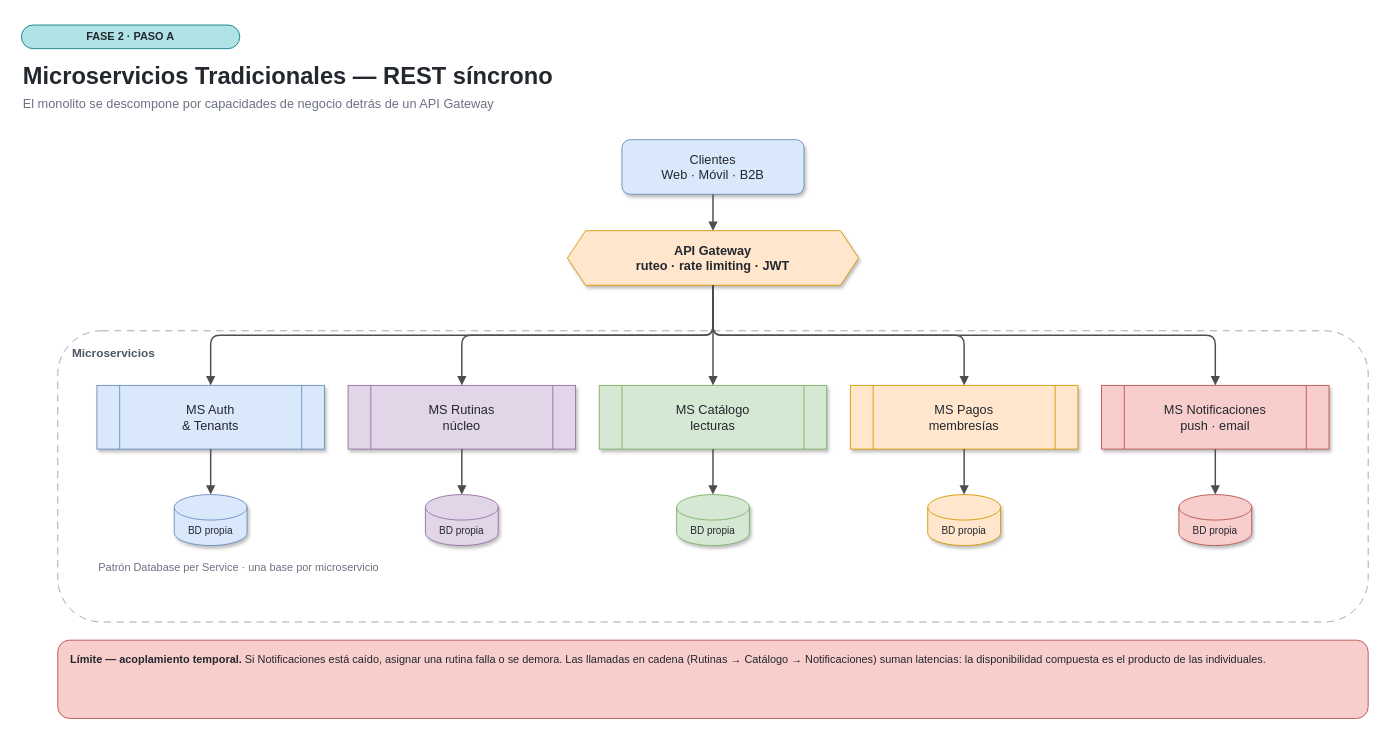
This is Presentacion/diagramas/drawio/fase2a_microservicios_tradicionales.drawio from LautaroNaglieri/traineros-api, a draw.io file, before an edit. Source tidied: cells renumbered, new cells numbered last; positions are measured from the earlier drawing's top-left corner, leaving out a move shared by most shapes. Both pictures are drawn from the tidied source at 91%, with x=0, y=0 at pixel (21, 25).
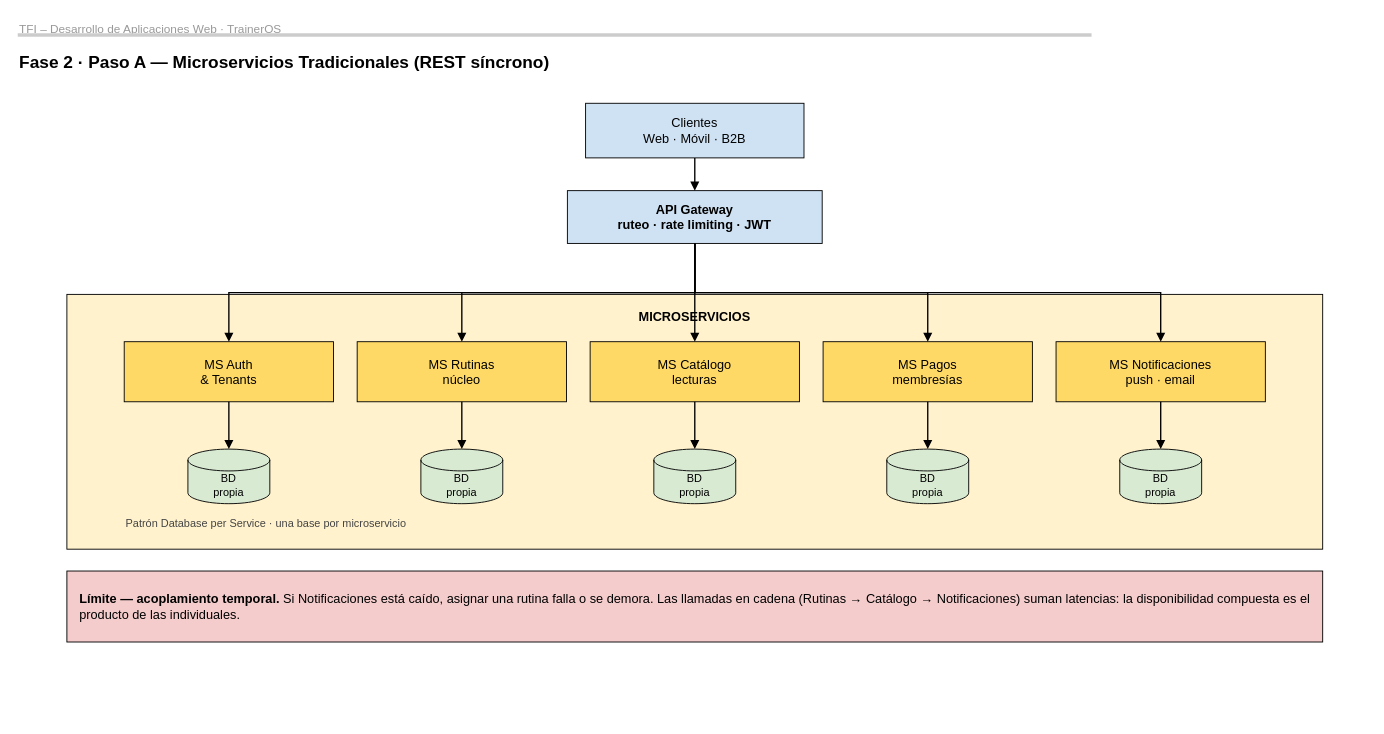
The same page after the edit.

Diff of the diagram source:
```diff
@@
-    <mxCell id="2" value="FASE 2 · PASO A" style="rounded=1;arcSize=50;whiteSpace=wrap;html=1;fillColor=#b0e3e6;strokeColor=#0e8088;fontSize=12;fontStyle=1;fontColor=#23272E;" parent="1" vertex="1">
-      <mxGeometry width="240" height="26" as="geometry" />
+    <mxCell id="2" value="TFI – Desarrollo de Aplicaciones Web · TrainerOS" style="text;html=1;align=left;fontSize=13;fontColor=#999999;" parent="1" vertex="1">
+      <mxGeometry x="-4" y="-10" width="1000" height="20" as="geometry" />
     </mxCell>
-    <mxCell id="3" value="Microservicios Tradicionales — REST síncrono" style="text;html=1;strokeColor=none;fillColor=none;align=left;verticalAlign=top;fontSize=26;fontStyle=1;fontColor=#23272E;" parent="1" vertex="1">
-      <mxGeometry y="34" width="1100" height="34" as="geometry" />
+    <mxCell id="3" style="line;strokeColor=#CCCCCC;html=1;" parent="1" vertex="1">
+      <mxGeometry x="-4" y="6" width="1180" height="10" as="geometry" />
     </mxCell>
-    <mxCell id="4" value="El monolito se descompone por capacidades de negocio detrás de un API Gateway" style="text;html=1;strokeColor=none;fillColor=none;align=left;verticalAlign=top;fontSize=14;fontColor=#6B7280;" parent="1" vertex="1">
-      <mxGeometry y="72" width="1200" height="24" as="geometry" />
+    <mxCell id="4" value="Fase 2 · Paso A — Microservicios Tradicionales (REST síncrono)" style="text;html=1;align=left;fontSize=19;fontStyle=1;fontColor=#000000;" parent="1" vertex="1">
+      <mxGeometry x="-4" y="24" width="1100" height="28" as="geometry" />
     </mxCell>
-    <mxCell id="5" value="Clientes&lt;br&gt;Web · Móvil · B2B" style="rounded=1;whiteSpace=wrap;html=1;fillColor=#dae8fc;strokeColor=#6c8ebf;fontSize=14;fontColor=#23272E;shadow=1;" parent="1" vertex="1">
-      <mxGeometry x="660" y="126" width="200" height="60" as="geometry" />
+    <mxCell id="5" value="Clientes&lt;br&gt;Web · Móvil · B2B" style="rounded=0;whiteSpace=wrap;html=1;fillColor=#CFE2F3;strokeColor=#000000;strokeWidth=1;fontSize=14;fontColor=#000000;" parent="1" vertex="1">
+      <mxGeometry x="620" y="86" width="240" height="60" as="geometry" />
     </mxCell>
-    <mxCell id="6" value="API Gateway&lt;br&gt;ruteo · rate limiting · JWT" style="shape=hexagon;perimeter=hexagonPerimeter2;whiteSpace=wrap;html=1;fixedSize=1;fillColor=#ffe6cc;strokeColor=#d79b00;fontSize=14;fontStyle=1;fontColor=#23272E;shadow=1;" parent="1" vertex="1">
-      <mxGeometry x="600" y="226" width="320" height="60" as="geometry" />
+    <mxCell id="6" value="API Gateway&lt;br&gt;ruteo · rate limiting · JWT" style="rounded=0;whiteSpace=wrap;html=1;fillColor=#CFE2F3;strokeColor=#000000;strokeWidth=1;fontSize=14;fontColor=#000000;fontStyle=1;" parent="1" vertex="1">
+      <mxGeometry x="600" y="182" width="280" height="58" as="geometry" />
     </mxCell>
-    <mxCell id="7" style="edgeStyle=orthogonalEdgeStyle;rounded=1;html=1;endArrow=block;endFill=1;strokeColor=#4D4D4D;strokeWidth=1.6;fontSize=11;fontColor=#6B7280;exitX=0.5;exitY=1;exitDx=0;exitDy=0;entryX=0.5;entryY=0;entryDx=0;entryDy=0;" parent="1" edge="1" source="5" target="6">
+    <mxCell id="7" style="edgeStyle=orthogonalEdgeStyle;rounded=0;html=1;endArrow=block;endFill=1;strokeColor=#000000;strokeWidth=1.5;fontSize=12;fontColor=#000000;labelBackgroundColor=#FFFFFF;exitX=0.5;exitY=1;exitDx=0;exitDy=0;entryX=0.5;entryY=0;entryDx=0;entryDy=0;" parent="1" edge="1" source="5" target="6">
       <mxGeometry relative="1" as="geometry" />
     </mxCell>
-    <mxCell id="8" value="Microservicios" style="rounded=1;whiteSpace=wrap;html=1;dashed=1;dashPattern=8 6;strokeColor=#9AA3AF;fillColor=none;verticalAlign=top;align=left;spacingLeft=14;spacingTop=10;fontSize=13;fontColor=#4B5563;fontStyle=1;" parent="1" vertex="1">
-      <mxGeometry x="40" y="336" width="1440" height="320" as="geometry" />
+    <mxCell id="8" value="MICROSERVICIOS" style="rounded=0;whiteSpace=wrap;html=1;fillColor=#FFF2CC;strokeColor=#000000;strokeWidth=1;verticalAlign=top;align=center;fontSize=14;fontStyle=1;fontColor=#000000;spacingTop=10;" parent="1" vertex="1">
+      <mxGeometry x="50" y="296" width="1380" height="280" as="geometry" />
     </mxCell>
-    <mxCell id="9" value="MS Auth&lt;br&gt;&amp; Tenants" style="shape=process;whiteSpace=wrap;html=1;fillColor=#dae8fc;strokeColor=#6c8ebf;fontSize=14;fontColor=#23272E;shadow=1;" parent="1" vertex="1">
-      <mxGeometry x="83" y="396" width="250" height="70" as="geometry" />
+    <mxCell id="9" value="MS Auth&lt;br&gt;&amp; Tenants" style="rounded=0;whiteSpace=wrap;html=1;fillColor=#FFD966;strokeColor=#000000;strokeWidth=1;fontSize=14;fontColor=#000000;" parent="1" vertex="1">
+      <mxGeometry x="113" y="348" width="230" height="66" as="geometry" />
     </mxCell>
-    <mxCell id="10" value="BD propia" style="shape=cylinder3;whiteSpace=wrap;html=1;boundedLbl=1;backgroundOutline=1;size=14;fillColor=#dae8fc;strokeColor=#6c8ebf;fontSize=11;fontColor=#23272E;shadow=1;" parent="1" vertex="1">
-      <mxGeometry x="168" y="516" width="80" height="56" as="geometry" />
+    <mxCell id="10" value="BD&lt;br&gt;propia" style="shape=cylinder3;whiteSpace=wrap;html=1;boundedLbl=1;backgroundOutline=1;size=12;fillColor=#D9EAD3;strokeColor=#000000;fontSize=12;fontColor=#000000;verticalAlign=middle;" parent="1" vertex="1">
+      <mxGeometry x="183" y="466" width="90" height="60" as="geometry" />
     </mxCell>
-    <mxCell id="11" style="edgeStyle=orthogonalEdgeStyle;rounded=1;html=1;endArrow=block;endFill=1;strokeColor=#4D4D4D;strokeWidth=1.6;fontSize=11;fontColor=#6B7280;exitX=0.5;exitY=1;exitDx=0;exitDy=0;entryX=0.5;entryY=0;entryDx=0;entryDy=0;" parent="1" edge="1" source="6" target="9">
+    <mxCell id="11" style="edgeStyle=orthogonalEdgeStyle;rounded=0;html=1;endArrow=block;endFill=1;strokeColor=#000000;strokeWidth=1.5;fontSize=12;fontColor=#000000;labelBackgroundColor=#FFFFFF;exitX=0.5;exitY=1;exitDx=0;exitDy=0;entryX=0.5;entryY=0;entryDx=0;entryDy=0;" parent="1" edge="1" source="6" target="9">
       <mxGeometry relative="1" as="geometry" />
     </mxCell>
-    <mxCell id="12" style="edgeStyle=orthogonalEdgeStyle;rounded=1;html=1;endArrow=block;endFill=1;strokeColor=#4D4D4D;strokeWidth=1.6;fontSize=11;fontColor=#6B7280;exitX=0.5;exitY=1;exitDx=0;exitDy=0;entryX=0.5;entryY=0;entryDx=0;entryDy=0;" parent="1" edge="1" source="9" target="10">
+    <mxCell id="12" style="edgeStyle=orthogonalEdgeStyle;rounded=0;html=1;endArrow=block;endFill=1;strokeColor=#000000;strokeWidth=1.5;fontSize=12;fontColor=#000000;labelBackgroundColor=#FFFFFF;exitX=0.5;exitY=1;exitDx=0;exitDy=0;entryX=0.5;entryY=0;entryDx=0;entryDy=0;" parent="1" edge="1" source="9" target="10">
       <mxGeometry relative="1" as="geometry" />
     </mxCell>
-    <mxCell id="13" value="MS Rutinas&lt;br&gt;núcleo" style="shape=process;whiteSpace=wrap;html=1;fillColor=#e1d5e7;strokeColor=#9673a6;fontSize=14;fontColor=#23272E;shadow=1;" parent="1" vertex="1">
-      <mxGeometry x="359" y="396" width="250" height="70" as="geometry" />
+    <mxCell id="13" value="MS Rutinas&lt;br&gt;núcleo" style="rounded=0;whiteSpace=wrap;html=1;fillColor=#FFD966;strokeColor=#000000;strokeWidth=1;fontSize=14;fontColor=#000000;" parent="1" vertex="1">
+      <mxGeometry x="369" y="348" width="230" height="66" as="geometry" />
     </mxCell>
-    <mxCell id="14" value="BD propia" style="shape=cylinder3;whiteSpace=wrap;html=1;boundedLbl=1;backgroundOutline=1;size=14;fillColor=#e1d5e7;strokeColor=#9673a6;fontSize=11;fontColor=#23272E;shadow=1;" parent="1" vertex="1">
-      <mxGeometry x="444" y="516" width="80" height="56" as="geometry" />
+    <mxCell id="14" value="BD&lt;br&gt;propia" style="shape=cylinder3;whiteSpace=wrap;html=1;boundedLbl=1;backgroundOutline=1;size=12;fillColor=#D9EAD3;strokeColor=#000000;fontSize=12;fontColor=#000000;verticalAlign=middle;" parent="1" vertex="1">
+      <mxGeometry x="439" y="466" width="90" height="60" as="geometry" />
     </mxCell>
-    <mxCell id="15" style="edgeStyle=orthogonalEdgeStyle;rounded=1;html=1;endArrow=block;endFill=1;strokeColor=#4D4D4D;strokeWidth=1.6;fontSize=11;fontColor=#6B7280;exitX=0.5;exitY=1;exitDx=0;exitDy=0;entryX=0.5;entryY=0;entryDx=0;entryDy=0;" parent="1" edge="1" source="6" target="13">
+    <mxCell id="15" style="edgeStyle=orthogonalEdgeStyle;rounded=0;html=1;endArrow=block;endFill=1;strokeColor=#000000;strokeWidth=1.5;fontSize=12;fontColor=#000000;labelBackgroundColor=#FFFFFF;exitX=0.5;exitY=1;exitDx=0;exitDy=0;entryX=0.5;entryY=0;entryDx=0;entryDy=0;" parent="1" edge="1" source="6" target="13">
       <mxGeometry relative="1" as="geometry" />
     </mxCell>
-    <mxCell id="16" style="edgeStyle=orthogonalEdgeStyle;rounded=1;html=1;endArrow=block;endFill=1;strokeColor=#4D4D4D;strokeWidth=1.6;fontSize=11;fontColor=#6B7280;exitX=0.5;exitY=1;exitDx=0;exitDy=0;entryX=0.5;entryY=0;entryDx=0;entryDy=0;" parent="1" edge="1" source="13" target="14">
+    <mxCell id="16" style="edgeStyle=orthogonalEdgeStyle;rounded=0;html=1;endArrow=block;endFill=1;strokeColor=#000000;strokeWidth=1.5;fontSize=12;fontColor=#000000;labelBackgroundColor=#FFFFFF;exitX=0.5;exitY=1;exitDx=0;exitDy=0;entryX=0.5;entryY=0;entryDx=0;entryDy=0;" parent="1" edge="1" source="13" target="14">
       <mxGeometry relative="1" as="geometry" />
     </mxCell>
-    <mxCell id="17" value="MS Catálogo&lt;br&gt;lecturas" style="shape=process;whiteSpace=wrap;html=1;fillColor=#d5e8d4;strokeColor=#82b366;fontSize=14;fontColor=#23272E;shadow=1;" parent="1" vertex="1">
-      <mxGeometry x="635" y="396" width="250" height="70" as="geometry" />
+    <mxCell id="17" value="MS Catálogo&lt;br&gt;lecturas" style="rounded=0;whiteSpace=wrap;html=1;fillColor=#FFD966;strokeColor=#000000;strokeWidth=1;fontSize=14;fontColor=#000000;" parent="1" vertex="1">
+      <mxGeometry x="625" y="348" width="230" height="66" as="geometry" />
     </mxCell>
-    <mxCell id="18" value="BD propia" style="shape=cylinder3;whiteSpace=wrap;html=1;boundedLbl=1;backgroundOutline=1;size=14;fillColor=#d5e8d4;strokeColor=#82b366;fontSize=11;fontColor=#23272E;shadow=1;" parent="1" vertex="1">
-      <mxGeometry x="720" y="516" width="80" height="56" as="geometry" />
+    <mxCell id="18" value="BD&lt;br&gt;propia" style="shape=cylinder3;whiteSpace=wrap;html=1;boundedLbl=1;backgroundOutline=1;size=12;fillColor=#D9EAD3;strokeColor=#000000;fontSize=12;fontColor=#000000;verticalAlign=middle;" parent="1" vertex="1">
+      <mxGeometry x="695" y="466" width="90" height="60" as="geometry" />
     </mxCell>
-    <mxCell id="19" style="edgeStyle=orthogonalEdgeStyle;rounded=1;html=1;endArrow=block;endFill=1;strokeColor=#4D4D4D;strokeWidth=1.6;fontSize=11;fontColor=#6B7280;exitX=0.5;exitY=1;exitDx=0;exitDy=0;entryX=0.5;entryY=0;entryDx=0;entryDy=0;" parent="1" edge="1" source="6" target="17">
+    <mxCell id="19" style="edgeStyle=orthogonalEdgeStyle;rounded=0;html=1;endArrow=block;endFill=1;strokeColor=#000000;strokeWidth=1.5;fontSize=12;fontColor=#000000;labelBackgroundColor=#FFFFFF;exitX=0.5;exitY=1;exitDx=0;exitDy=0;entryX=0.5;entryY=0;entryDx=0;entryDy=0;" parent="1" edge="1" source="6" target="17">
       <mxGeometry relative="1" as="geometry" />
     </mxCell>
-    <mxCell id="20" style="edgeStyle=orthogonalEdgeStyle;rounded=1;html=1;endArrow=block;endFill=1;strokeColor=#4D4D4D;strokeWidth=1.6;fontSize=11;fontColor=#6B7280;exitX=0.5;exitY=1;exitDx=0;exitDy=0;entryX=0.5;entryY=0;entryDx=0;entryDy=0;" parent="1" edge="1" source="17" target="18">
+    <mxCell id="20" style="edgeStyle=orthogonalEdgeStyle;rounded=0;html=1;endArrow=block;endFill=1;strokeColor=#000000;strokeWidth=1.5;fontSize=12;fontColor=#000000;labelBackgroundColor=#FFFFFF;exitX=0.5;exitY=1;exitDx=0;exitDy=0;entryX=0.5;entryY=0;entryDx=0;entryDy=0;" parent="1" edge="1" source="17" target="18">
       <mxGeometry relative="1" as="geometry" />
     </mxCell>
-    <mxCell id="21" value="MS Pagos&lt;br&gt;membresías" style="shape=process;whiteSpace=wrap;html=1;fillColor=#ffe6cc;strokeColor=#d79b00;fontSize=14;fontColor=#23272E;shadow=1;" parent="1" vertex="1">
-      <mxGeometry x="911" y="396" width="250" height="70" as="geometry" />
+    <mxCell id="21" value="MS Pagos&lt;br&gt;membresías" style="rounded=0;whiteSpace=wrap;html=1;fillColor=#FFD966;strokeColor=#000000;strokeWidth=1;fontSize=14;fontColor=#000000;" parent="1" vertex="1">
+      <mxGeometry x="881" y="348" width="230" height="66" as="geometry" />
     </mxCell>
-    <mxCell id="22" value="BD propia" style="shape=cylinder3;whiteSpace=wrap;html=1;boundedLbl=1;backgroundOutline=1;size=14;fillColor=#ffe6cc;strokeColor=#d79b00;fontSize=11;fontColor=#23272E;shadow=1;" parent="1" vertex="1">
-      <mxGeometry x="996" y="516" width="80" height="56" as="geometry" />
+    <mxCell id="22" value="BD&lt;br&gt;propia" style="shape=cylinder3;whiteSpace=wrap;html=1;boundedLbl=1;backgroundOutline=1;size=12;fillColor=#D9EAD3;strokeColor=#000000;fontSize=12;fontColor=#000000;verticalAlign=middle;" parent="1" vertex="1">
+      <mxGeometry x="951" y="466" width="90" height="60" as="geometry" />
     </mxCell>
-    <mxCell id="23" style="edgeStyle=orthogonalEdgeStyle;rounded=1;html=1;endArrow=block;endFill=1;strokeColor=#4D4D4D;strokeWidth=1.6;fontSize=11;fontColor=#6B7280;exitX=0.5;exitY=1;exitDx=0;exitDy=0;entryX=0.5;entryY=0;entryDx=0;entryDy=0;" parent="1" edge="1" source="6" target="21">
+    <mxCell id="23" style="edgeStyle=orthogonalEdgeStyle;rounded=0;html=1;endArrow=block;endFill=1;strokeColor=#000000;strokeWidth=1.5;fontSize=12;fontColor=#000000;labelBackgroundColor=#FFFFFF;exitX=0.5;exitY=1;exitDx=0;exitDy=0;entryX=0.5;entryY=0;entryDx=0;entryDy=0;" parent="1" edge="1" source="6" target="21">
       <mxGeometry relative="1" as="geometry" />
     </mxCell>
-    <mxCell id="24" style="edgeStyle=orthogonalEdgeStyle;rounded=1;html=1;endArrow=block;endFill=1;strokeColor=#4D4D4D;strokeWidth=1.6;fontSize=11;fontColor=#6B7280;exitX=0.5;exitY=1;exitDx=0;exitDy=0;entryX=0.5;entryY=0;entryDx=0;entryDy=0;" parent="1" edge="1" source="21" target="22">
+    <mxCell id="24" style="edgeStyle=orthogonalEdgeStyle;rounded=0;html=1;endArrow=block;endFill=1;strokeColor=#000000;strokeWidth=1.5;fontSize=12;fontColor=#000000;labelBackgroundColor=#FFFFFF;exitX=0.5;exitY=1;exitDx=0;exitDy=0;entryX=0.5;entryY=0;entryDx=0;entryDy=0;" parent="1" edge="1" source="21" target="22">
       <mxGeometry relative="1" as="geometry" />
     </mxCell>
-    <mxCell id="25" value="MS Notificaciones&lt;br&gt;push · email" style="shape=process;whiteSpace=wrap;html=1;fillColor=#f8cecc;strokeColor=#b85450;fontSize=14;fontColor=#23272E;shadow=1;" parent="1" vertex="1">
-      <mxGeometry x="1187" y="396" width="250" height="70" as="geometry" />
+    <mxCell id="25" value="MS Notificaciones&lt;br&gt;push · email" style="rounded=0;whiteSpace=wrap;html=1;fillColor=#FFD966;strokeColor=#000000;strokeWidth=1;fontSize=14;fontColor=#000000;" parent="1" vertex="1">
+      <mxGeometry x="1137" y="348" width="230" height="66" as="geometry" />
     </mxCell>
-    <mxCell id="26" value="BD propia" style="shape=cylinder3;whiteSpace=wrap;html=1;boundedLbl=1;backgroundOutline=1;size=14;fillColor=#f8cecc;strokeColor=#b85450;fontSize=11;fontColor=#23272E;shadow=1;" parent="1" vertex="1">
-      <mxGeometry x="1272" y="516" width="80" height="56" as="geometry" />
+    <mxCell id="26" value="BD&lt;br&gt;propia" style="shape=cylinder3;whiteSpace=wrap;html=1;boundedLbl=1;backgroundOutline=1;size=12;fillColor=#D9EAD3;strokeColor=#000000;fontSize=12;fontColor=#000000;verticalAlign=middle;" parent="1" vertex="1">
+      <mxGeometry x="1207" y="466" width="90" height="60" as="geometry" />
     </mxCell>
-    <mxCell id="27" style="edgeStyle=orthogonalEdgeStyle;rounded=1;html=1;endArrow=block;endFill=1;strokeColor=#4D4D4D;strokeWidth=1.6;fontSize=11;fontColor=#6B7280;exitX=0.5;exitY=1;exitDx=0;exitDy=0;entryX=0.5;entryY=0;entryDx=0;entryDy=0;" parent="1" edge="1" source="6" target="25">
+    <mxCell id="27" style="edgeStyle=orthogonalEdgeStyle;rounded=0;html=1;endArrow=block;endFill=1;strokeColor=#000000;strokeWidth=1.5;fontSize=12;fontColor=#000000;labelBackgroundColor=#FFFFFF;exitX=0.5;exitY=1;exitDx=0;exitDy=0;entryX=0.5;entryY=0;entryDx=0;entryDy=0;" parent="1" edge="1" source="6" target="25">
       <mxGeometry relative="1" as="geometry" />
     </mxCell>
-    <mxCell id="28" style="edgeStyle=orthogonalEdgeStyle;rounded=1;html=1;endArrow=block;endFill=1;strokeColor=#4D4D4D;strokeWidth=1.6;fontSize=11;fontColor=#6B7280;exitX=0.5;exitY=1;exitDx=0;exitDy=0;entryX=0.5;entryY=0;entryDx=0;entryDy=0;" parent="1" edge="1" source="25" target="26">
+    <mxCell id="28" style="edgeStyle=orthogonalEdgeStyle;rounded=0;html=1;endArrow=block;endFill=1;strokeColor=#000000;strokeWidth=1.5;fontSize=12;fontColor=#000000;labelBackgroundColor=#FFFFFF;exitX=0.5;exitY=1;exitDx=0;exitDy=0;entryX=0.5;entryY=0;entryDx=0;entryDy=0;" parent="1" edge="1" source="25" target="26">
       <mxGeometry relative="1" as="geometry" />
     </mxCell>
-    <mxCell id="29" value="Patrón Database per Service · una base por microservicio" style="text;html=1;align=left;fontSize=12;fontColor=#6B7280;" parent="1" vertex="1">
-      <mxGeometry x="83" y="582" width="600" height="24" as="geometry" />
+    <mxCell id="29" value="Patrón Database per Service · una base por microservicio" style="text;html=1;align=left;fontSize=12;fontColor=#444444;" parent="1" vertex="1">
+      <mxGeometry x="113" y="534" width="600" height="22" as="geometry" />
     </mxCell>
-    <mxCell id="30" value="&lt;b&gt;Límite — acoplamiento temporal.&lt;/b&gt;  Si Notificaciones está caído, asignar una rutina falla o se demora. Las llamadas en cadena (Rutinas → Catálogo → Notificaciones) suman latencias: la disponibilidad compuesta es el producto de las individuales." style="rounded=1;whiteSpace=wrap;html=1;fillColor=#f8cecc;strokeColor=#b85450;fontSize=12;fontColor=#23272E;align=left;spacingLeft=12;spacingTop=8;verticalAlign=top;shadow=0;" parent="1" vertex="1">
-      <mxGeometry x="40" y="676" width="1440" height="86" as="geometry" />
+    <mxCell id="30" value="&lt;b&gt;Límite — acoplamiento temporal.&lt;/b&gt;  Si Notificaciones está caído, asignar una rutina falla o se demora. Las llamadas en cadena (Rutinas → Catálogo → Notificaciones) suman latencias: la disponibilidad compuesta es el producto de las individuales." style="rounded=0;whiteSpace=wrap;html=1;fillColor=#F4CCCC;strokeColor=#000000;strokeWidth=1;fontSize=14;fontColor=#000000;align=left;spacingLeft=12;verticalAlign=middle;" parent="1" vertex="1">
+      <mxGeometry x="50" y="600" width="1380" height="78" as="geometry" />
     </mxCell>
```
